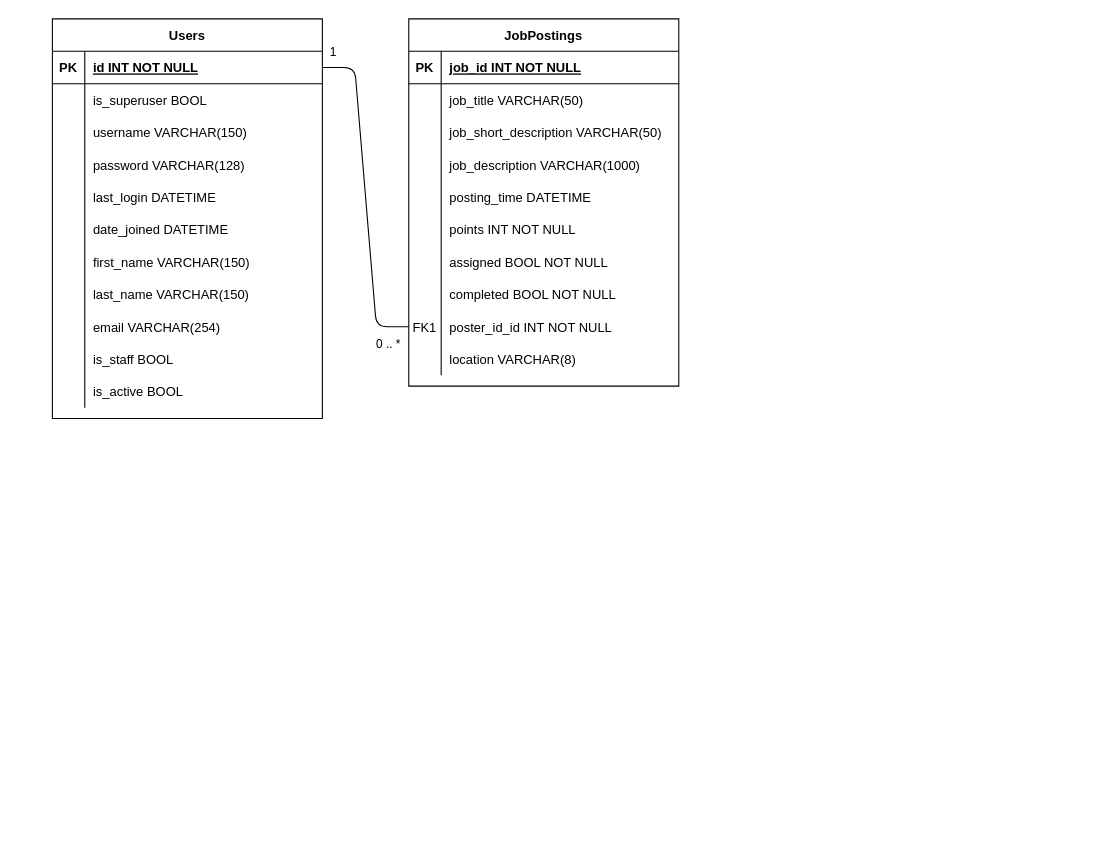
Above: page "Page-1" (1 of 2) of Aidoo_db.drawio in o-brand/aidoo (draw.io), before the change. Source tidied: cells renumbered, new cells numbered last; positions are measured from the earlier drawing's top-left corner, leaving out a move shared by most shapes. Both pictures are drawn from the tidied source at 108%, with x=0, y=0 at pixel (52, 18).
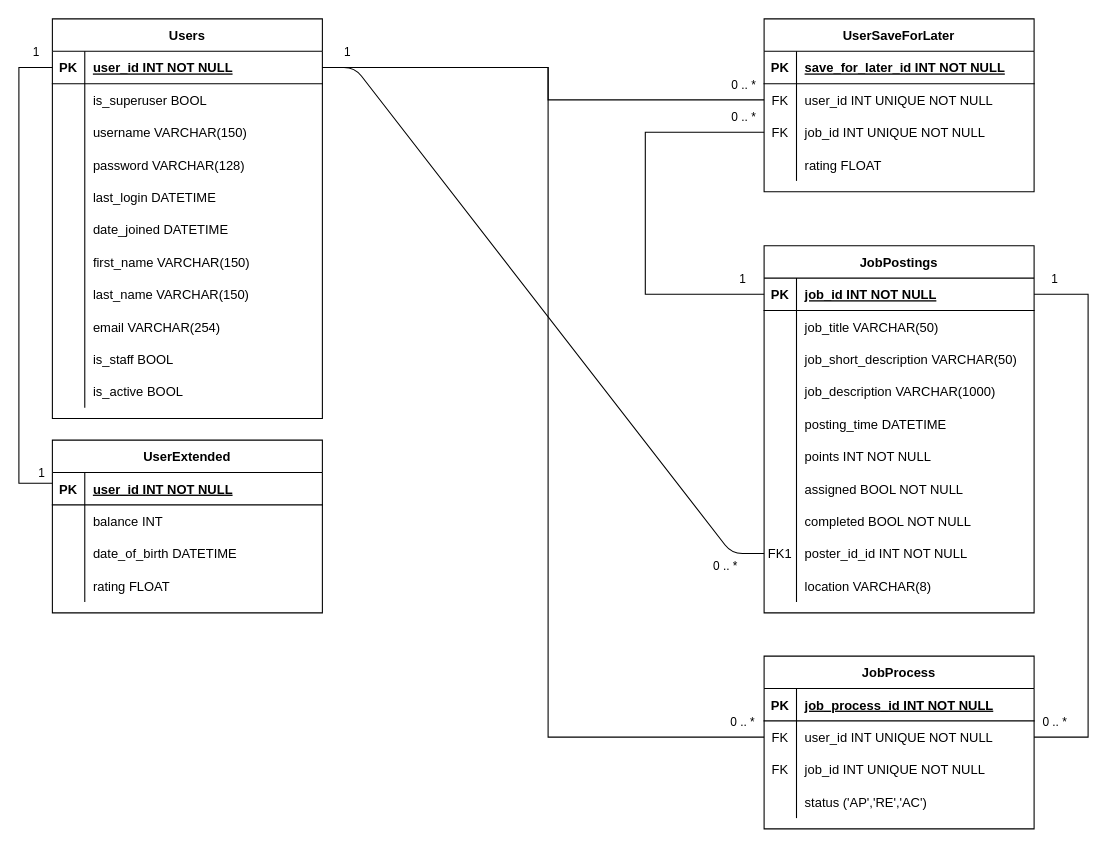
After the change.

Commit message:
changed unclear part of drawing

The change refers to these unchanged cells:
```xml
<mxCell id="6" style="shape=partialRectangle;fillColor=none;points=[[0,0.5],[1,0.5]];portConstraint=eastwest;top=0;left=0;right=0;bottom=1;" parent="5" vertex="1">
  <mxGeometry y="30" width="250" height="30" as="geometry" />
</mxCell>
<mxCell id="37" style="shape=partialRectangle;fillColor=none;points=[[0,0.5],[1,0.5]];portConstraint=eastwest;top=0;left=0;right=0;bottom=1;" parent="36" vertex="1">
  <mxGeometry y="30" width="250" height="30" as="geometry" />
</mxCell>
```

What changed in the source:
```diff
@@
     <mxCell id="5" value="JobPostings" style="shape=table;startSize=30;childLayout=tableLayout;rowLines=0;fontStyle=1;align=center;" parent="1" vertex="1">
-      <mxGeometry x="330" width="250" height="340" as="geometry" />
+      <mxGeometry x="659" y="210" width="250" height="340" as="geometry" />
     </mxCell>
@@
-    <mxCell id="39" value="id INT NOT NULL " style="shape=partialRectangle;overflow=hidden;fillColor=none;top=0;left=0;bottom=0;right=0;align=left;spacingLeft=6;fontStyle=5;" parent="37" vertex="1">
+    <mxCell id="39" value="user_id INT NOT NULL " style="shape=partialRectangle;overflow=hidden;fillColor=none;top=0;left=0;bottom=0;right=0;align=left;spacingLeft=6;fontStyle=5;" parent="37" vertex="1">
       <mxGeometry x="30" width="220" height="30" as="geometry" />
     </mxCell>
@@
+    <mxCell id="70" value="UserExtended" style="shape=table;startSize=30;childLayout=tableLayout;rowLines=0;fontStyle=1;align=center;" parent="1" vertex="1">
+      <mxGeometry y="390" width="250" height="160" as="geometry" />
+    </mxCell>
+    <mxCell id="71" style="shape=partialRectangle;fillColor=none;top=0;left=0;right=0;bottom=1;" parent="70" vertex="1">
+      <mxGeometry y="30" width="250" height="30" as="geometry" />
+    </mxCell>
+    <mxCell id="72" value="PK" style="shape=partialRectangle;overflow=hidden;fillColor=none;top=0;left=0;bottom=0;right=0;fontStyle=1;" parent="71" vertex="1">
+      <mxGeometry width="30" height="30" as="geometry" />
+    </mxCell>
+    <mxCell id="73" value="user_id INT NOT NULL " style="shape=partialRectangle;overflow=hidden;fillColor=none;top=0;left=0;bottom=0;right=0;align=left;spacingLeft=6;fontStyle=5;" parent="71" vertex="1">
+      <mxGeometry x="30" width="220" height="30" as="geometry" />
+    </mxCell>
+    <mxCell id="74" style="shape=partialRectangle;fillColor=none;top=0;left=0;right=0;bottom=0;" parent="70" vertex="1">
+      <mxGeometry y="60" width="250" height="30" as="geometry" />
+    </mxCell>
+    <mxCell id="75" style="shape=partialRectangle;overflow=hidden;fillColor=none;top=0;left=0;bottom=0;right=0;" parent="74" vertex="1">
+      <mxGeometry width="30" height="30" as="geometry" />
+    </mxCell>
+    <mxCell id="76" value="balance INT" style="shape=partialRectangle;overflow=hidden;fillColor=none;top=0;left=0;bottom=0;right=0;align=left;spacingLeft=6;" parent="74" vertex="1">
+      <mxGeometry x="30" width="220" height="30" as="geometry" />
+    </mxCell>
+    <mxCell id="77" style="shape=partialRectangle;fillColor=none;top=0;left=0;right=0;bottom=0;" parent="70" vertex="1">
+      <mxGeometry y="90" width="250" height="30" as="geometry" />
+    </mxCell>
+    <mxCell id="78" style="shape=partialRectangle;overflow=hidden;fillColor=none;top=0;left=0;bottom=0;right=0;" parent="77" vertex="1">
+      <mxGeometry width="30" height="30" as="geometry" />
+    </mxCell>
+    <mxCell id="79" value="date_of_birth DATETIME" style="shape=partialRectangle;overflow=hidden;fillColor=none;top=0;left=0;bottom=0;right=0;align=left;spacingLeft=6;" parent="77" vertex="1">
+      <mxGeometry x="30" width="220" height="30" as="geometry" />
+    </mxCell>
+    <mxCell id="80" style="shape=partialRectangle;fillColor=none;top=0;left=0;right=0;bottom=0;" parent="70" vertex="1">
+      <mxGeometry y="120" width="250" height="30" as="geometry" />
+    </mxCell>
+    <mxCell id="81" style="shape=partialRectangle;overflow=hidden;fillColor=none;top=0;left=0;bottom=0;right=0;" parent="80" vertex="1">
+      <mxGeometry width="30" height="30" as="geometry" />
+    </mxCell>
+    <mxCell id="82" value="rating FLOAT" style="shape=partialRectangle;overflow=hidden;fillColor=none;top=0;left=0;bottom=0;right=0;align=left;spacingLeft=6;" parent="80" vertex="1">
+      <mxGeometry x="30" width="220" height="30" as="geometry" />
+    </mxCell>
+    <mxCell id="83" style="edgeStyle=orthogonalEdgeStyle;rounded=0;jettySize=auto;html=1;exitX=0;exitY=0.5;exitDx=0;exitDy=0;entryX=0;entryY=0.25;entryDx=0;entryDy=0;endArrow=none;endFill=0;" parent="1" edge="1" source="37" target="70">
+      <mxGeometry relative="1" as="geometry">
+        <Array as="points">
+          <mxPoint x="-31" y="45" />
+          <mxPoint x="-31" y="430" />
+        </Array>
+      </mxGeometry>
+    </mxCell>
+    <mxCell id="84" value="1" style="edgeLabel;html=1;align=center;verticalAlign=middle;" parent="83" vertex="1">
+      <mxGeometry x="-0.93" y="-1" relative="1" as="geometry">
+        <mxPoint y="-14" as="offset" />
+      </mxGeometry>
+    </mxCell>
+    <mxCell id="85" value="1" style="edgeLabel;html=1;align=center;verticalAlign=middle;" parent="83" vertex="1">
+      <mxGeometry x="0.95" y="-2" relative="1" as="geometry">
+        <mxPoint y="-12" as="offset" />
+      </mxGeometry>
+    </mxCell>
+    <mxCell id="86" value="UserSaveForLater" style="shape=table;startSize=30;childLayout=tableLayout;rowLines=0;fontStyle=1;align=center;" parent="1" vertex="1">
+      <mxGeometry x="659" width="250" height="160" as="geometry" />
+    </mxCell>
+    <mxCell id="87" style="shape=partialRectangle;fillColor=none;top=0;left=0;right=0;bottom=1;" parent="86" vertex="1">
+      <mxGeometry y="30" width="250" height="30" as="geometry" />
+    </mxCell>
+    <mxCell id="88" value="PK" style="shape=partialRectangle;overflow=hidden;fillColor=none;top=0;left=0;bottom=0;right=0;fontStyle=1;" parent="87" vertex="1">
+      <mxGeometry width="30" height="30" as="geometry" />
+    </mxCell>
+    <mxCell id="89" value="save_for_later_id INT NOT NULL " style="shape=partialRectangle;overflow=hidden;fillColor=none;top=0;left=0;bottom=0;right=0;align=left;spacingLeft=6;fontStyle=5;" parent="87" vertex="1">
+      <mxGeometry x="30" width="220" height="30" as="geometry" />
+    </mxCell>
+    <mxCell id="90" style="shape=partialRectangle;fillColor=none;points=[[0,0.5],[1,0.5]];portConstraint=eastwest;top=0;left=0;right=0;bottom=0;" parent="86" vertex="1">
+      <mxGeometry y="60" width="250" height="30" as="geometry" />
+    </mxCell>
+    <mxCell id="91" value="FK" style="shape=partialRectangle;overflow=hidden;fillColor=none;top=0;left=0;bottom=0;right=0;" parent="90" vertex="1">
+      <mxGeometry width="30" height="30" as="geometry" />
+    </mxCell>
+    <mxCell id="92" value="user_id INT UNIQUE NOT NULL" style="shape=partialRectangle;overflow=hidden;fillColor=none;top=0;left=0;bottom=0;right=0;align=left;spacingLeft=6;" parent="90" vertex="1">
+      <mxGeometry x="30" width="220" height="30" as="geometry" />
+    </mxCell>
+    <mxCell id="93" style="shape=partialRectangle;fillColor=none;points=[[0,0.5],[1,0.5]];portConstraint=eastwest;top=0;left=0;right=0;bottom=0;" parent="86" vertex="1">
+      <mxGeometry y="90" width="250" height="30" as="geometry" />
+    </mxCell>
+    <mxCell id="94" value="FK" style="shape=partialRectangle;overflow=hidden;fillColor=none;top=0;left=0;bottom=0;right=0;" parent="93" vertex="1">
+      <mxGeometry width="30" height="30" as="geometry" />
+    </mxCell>
+    <mxCell id="95" value="job_id INT UNIQUE NOT NULL" style="shape=partialRectangle;overflow=hidden;fillColor=none;top=0;left=0;bottom=0;right=0;align=left;spacingLeft=6;" parent="93" vertex="1">
+      <mxGeometry x="30" width="220" height="30" as="geometry" />
+    </mxCell>
+    <mxCell id="96" style="shape=partialRectangle;fillColor=none;top=0;left=0;right=0;bottom=0;" parent="86" vertex="1">
+      <mxGeometry y="120" width="250" height="30" as="geometry" />
+    </mxCell>
+    <mxCell id="97" style="shape=partialRectangle;overflow=hidden;fillColor=none;top=0;left=0;bottom=0;right=0;" parent="96" vertex="1">
+      <mxGeometry width="30" height="30" as="geometry" />
+    </mxCell>
+    <mxCell id="98" value="rating FLOAT" style="shape=partialRectangle;overflow=hidden;fillColor=none;top=0;left=0;bottom=0;right=0;align=left;spacingLeft=6;" parent="96" vertex="1">
+      <mxGeometry x="30" width="220" height="30" as="geometry" />
+    </mxCell>
+    <mxCell id="99" style="edgeStyle=orthogonalEdgeStyle;rounded=0;jettySize=auto;html=1;endArrow=none;endFill=0;entryX=0;entryY=0.5;entryDx=0;entryDy=0;" parent="1" edge="1" source="6" target="93">
+      <mxGeometry relative="1" as="geometry">
+        <Array as="points">
+          <mxPoint x="549" y="255" />
+          <mxPoint x="549" y="105" />
+        </Array>
+      </mxGeometry>
+    </mxCell>
+    <mxCell id="100" value="0 .. *" style="edgeLabel;html=1;align=center;verticalAlign=middle;" parent="99" vertex="1">
+      <mxGeometry x="0.92" y="-1" relative="1" as="geometry">
+        <mxPoint x="-5" y="-16" as="offset" />
+      </mxGeometry>
+    </mxCell>
+    <mxCell id="101" value="1" style="edgeLabel;html=1;align=center;verticalAlign=middle;" parent="99" vertex="1">
+      <mxGeometry x="-0.91" y="-4" relative="1" as="geometry">
+        <mxPoint x="-4" y="-11" as="offset" />
+      </mxGeometry>
+    </mxCell>
+    <mxCell id="102" style="edgeStyle=orthogonalEdgeStyle;rounded=0;jettySize=auto;html=1;entryX=0;entryY=0.5;entryDx=0;entryDy=0;endArrow=none;endFill=0;" parent="1" edge="1" source="37" target="90">
+      <mxGeometry relative="1" as="geometry">
+        <Array as="points">
+          <mxPoint x="459" y="45" />
+          <mxPoint x="459" y="75" />
+        </Array>
+      </mxGeometry>
+    </mxCell>
+    <mxCell id="103" value="0 .. *" style="edgeLabel;html=1;align=center;verticalAlign=middle;" parent="102" vertex="1">
+      <mxGeometry x="0.92" y="2" relative="1" as="geometry">
+        <mxPoint x="-2" y="-13" as="offset" />
+      </mxGeometry>
+    </mxCell>
+    <mxCell id="104" value="JobProcess" style="shape=table;startSize=30;childLayout=tableLayout;rowLines=0;fontStyle=1;align=center;" parent="1" vertex="1">
+      <mxGeometry x="659" y="590" width="250" height="160" as="geometry" />
+    </mxCell>
+    <mxCell id="105" style="shape=partialRectangle;fillColor=none;top=0;left=0;right=0;bottom=1;" parent="104" vertex="1">
+      <mxGeometry y="30" width="250" height="30" as="geometry" />
+    </mxCell>
+    <mxCell id="106" value="PK" style="shape=partialRectangle;overflow=hidden;fillColor=none;top=0;left=0;bottom=0;right=0;fontStyle=1;" parent="105" vertex="1">
+      <mxGeometry width="30" height="30" as="geometry" />
+    </mxCell>
+    <mxCell id="107" value="job_process_id INT NOT NULL" style="shape=partialRectangle;overflow=hidden;fillColor=none;top=0;left=0;bottom=0;right=0;align=left;spacingLeft=6;fontStyle=5;" parent="105" vertex="1">
+      <mxGeometry x="30" width="220" height="30" as="geometry" />
+    </mxCell>
+    <mxCell id="108" style="shape=partialRectangle;fillColor=none;points=[[0,0.5],[1,0.5]];portConstraint=eastwest;top=0;left=0;right=0;bottom=0;" parent="104" vertex="1">
+      <mxGeometry y="60" width="250" height="30" as="geometry" />
+    </mxCell>
+    <mxCell id="109" value="FK" style="shape=partialRectangle;overflow=hidden;fillColor=none;top=0;left=0;bottom=0;right=0;" parent="108" vertex="1">
+      <mxGeometry width="30" height="30" as="geometry" />
+    </mxCell>
+    <mxCell id="110" value="user_id INT UNIQUE NOT NULL" style="shape=partialRectangle;overflow=hidden;fillColor=none;top=0;left=0;bottom=0;right=0;align=left;spacingLeft=6;" parent="108" vertex="1">
+      <mxGeometry x="30" width="220" height="30" as="geometry" />
+    </mxCell>
+    <mxCell id="111" style="shape=partialRectangle;fillColor=none;top=0;left=0;right=0;bottom=0;" parent="104" vertex="1">
+      <mxGeometry y="90" width="250" height="30" as="geometry" />
+    </mxCell>
+    <mxCell id="112" value="FK" style="shape=partialRectangle;overflow=hidden;fillColor=none;top=0;left=0;bottom=0;right=0;" parent="111" vertex="1">
+      <mxGeometry width="30" height="30" as="geometry" />
+    </mxCell>
+    <mxCell id="113" value="job_id INT UNIQUE NOT NULL" style="shape=partialRectangle;overflow=hidden;fillColor=none;top=0;left=0;bottom=0;right=0;align=left;spacingLeft=6;" parent="111" vertex="1">
+      <mxGeometry x="30" width="220" height="30" as="geometry" />
+    </mxCell>
+    <mxCell id="114" style="shape=partialRectangle;fillColor=none;top=0;left=0;right=0;bottom=0;" parent="104" vertex="1">
+      <mxGeometry y="120" width="250" height="30" as="geometry" />
+    </mxCell>
+    <mxCell id="115" style="shape=partialRectangle;overflow=hidden;fillColor=none;top=0;left=0;bottom=0;right=0;" parent="114" vertex="1">
+      <mxGeometry width="30" height="30" as="geometry" />
+    </mxCell>
+    <mxCell id="116" value="status ('AP','RE','AC')" style="shape=partialRectangle;overflow=hidden;fillColor=none;top=0;left=0;bottom=0;right=0;align=left;spacingLeft=6;" parent="114" vertex="1">
+      <mxGeometry x="30" width="220" height="30" as="geometry" />
+    </mxCell>
+    <mxCell id="117" style="edgeStyle=orthogonalEdgeStyle;rounded=0;jettySize=auto;html=1;entryX=0;entryY=0.5;entryDx=0;entryDy=0;endArrow=none;endFill=0;" parent="1" edge="1" source="37" target="108">
+      <mxGeometry relative="1" as="geometry">
+        <Array as="points">
+          <mxPoint x="459" y="45" />
+          <mxPoint x="459" y="665" />
+        </Array>
+      </mxGeometry>
+    </mxCell>
+    <mxCell id="118" value="0 .. *" style="edgeLabel;html=1;align=center;verticalAlign=middle;" parent="117" vertex="1">
+      <mxGeometry x="0.95" y="1" relative="1" as="geometry">
+        <mxPoint x="5" y="-14" as="offset" />
+      </mxGeometry>
+    </mxCell>
+    <mxCell id="119" style="edgeStyle=orthogonalEdgeStyle;rounded=0;jettySize=auto;html=1;exitX=1;exitY=0.5;exitDx=0;exitDy=0;entryX=1;entryY=0.5;entryDx=0;entryDy=0;endArrow=none;endFill=0;" parent="1" edge="1" source="108" target="6">
+      <mxGeometry relative="1" as="geometry">
+        <Array as="points">
+          <mxPoint x="959" y="665" />
+          <mxPoint x="959" y="255" />
+        </Array>
+      </mxGeometry>
+    </mxCell>
+    <mxCell id="120" value="1" style="edgeLabel;html=1;align=center;verticalAlign=middle;" parent="119" vertex="1">
+      <mxGeometry x="0.93" y="-6" relative="1" as="geometry">
+        <mxPoint y="-9" as="offset" />
+      </mxGeometry>
+    </mxCell>
+    <mxCell id="121" value="0 .. *" style="edgeLabel;html=1;align=center;verticalAlign=middle;" parent="119" vertex="1">
+      <mxGeometry x="-0.93" y="-2" relative="1" as="geometry">
+        <mxPoint y="-17" as="offset" />
+      </mxGeometry>
+    </mxCell>
```
